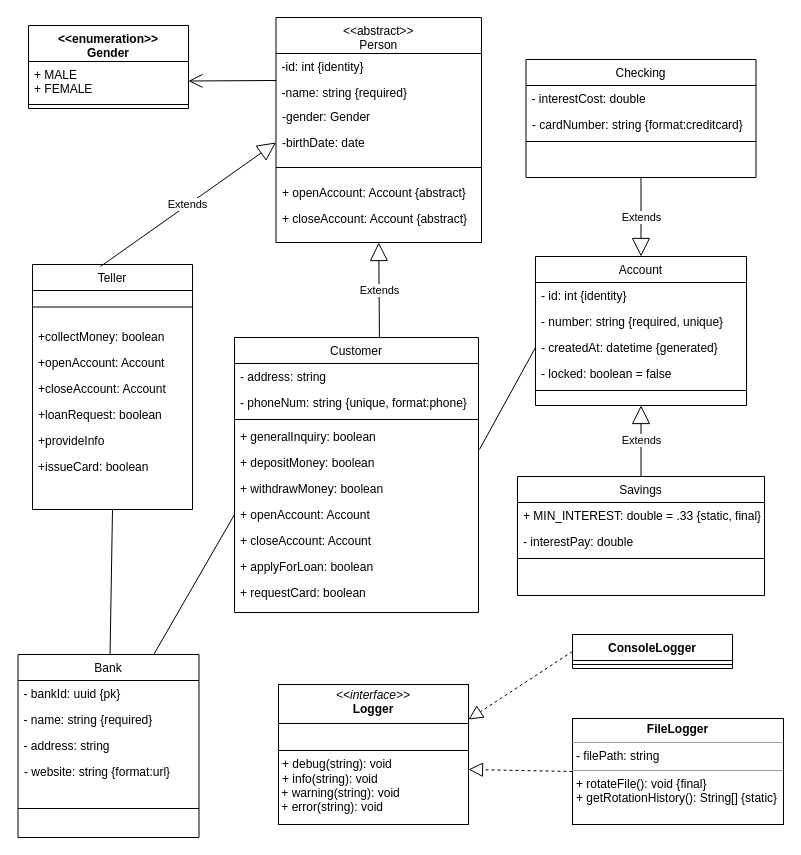
michelmbem/DrawioCodeGenerator keeps this draw.io diagram as examples/simple_class_diagram.drawio. Above is the earlier version. Source tidied: cells renumbered, new cells numbered last; positions are measured from the earlier drawing's top-left corner, leaving out a move shared by most shapes. Both pictures are drawn from the tidied source at 100%, with x=0, y=0 at pixel (18, 17).
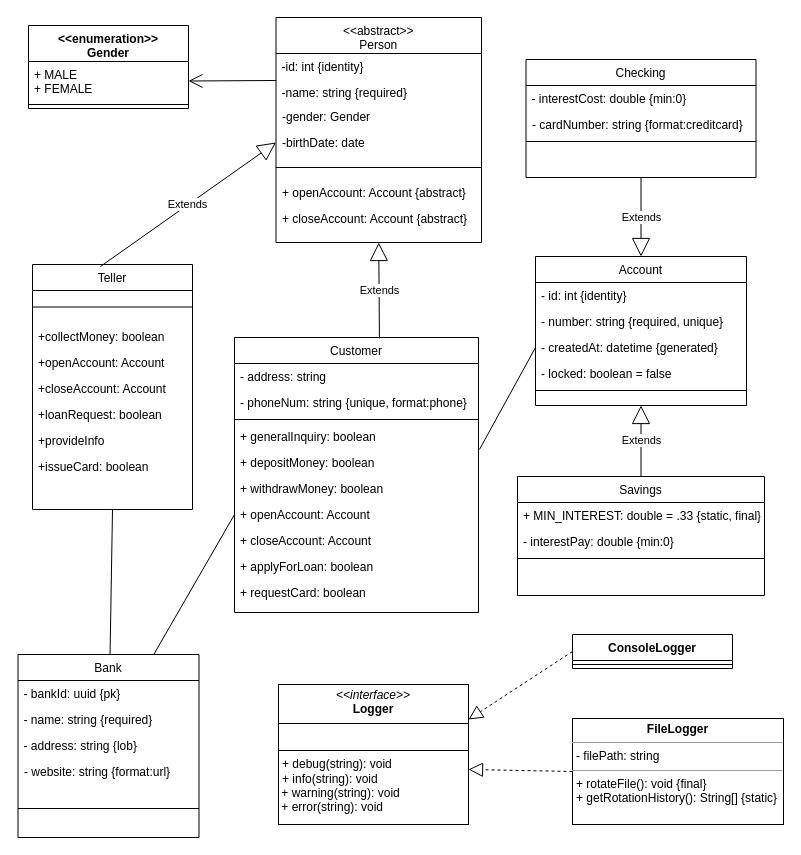
Above is the later version.

The change refers to these unchanged cells:
```xml
<mxCell id="36" value="Checking" style="swimlane;fontStyle=0;align=center;verticalAlign=top;horizontal=1;startSize=26;rounded=0;shadow=0;strokeWidth=1;" parent="1" vertex="1">
  <mxGeometry x="507.5" y="42" width="230" height="118" as="geometry" />
</mxCell>
<mxCell id="40" value="Savings" style="swimlane;fontStyle=0;align=center;verticalAlign=top;horizontal=1;startSize=26;rounded=0;shadow=0;strokeWidth=1;" parent="1" vertex="1">
  <mxGeometry x="499" y="459" width="247" height="119" as="geometry" />
</mxCell>
<mxCell id="47" value="Bank" style="swimlane;fontStyle=0;align=center;verticalAlign=top;horizontal=1;startSize=26;rounded=0;shadow=0;strokeWidth=1;" parent="1" vertex="1">
  <mxGeometry x="-0.5" y="637" width="181" height="183" as="geometry" />
</mxCell>
```

The edit, as a diff of the source:
```diff
@@
-    <mxCell id="37" value="- interestCost: double" style="text;align=left;verticalAlign=top;spacingLeft=4;spacingRight=4;overflow=hidden;" parent="36" vertex="1">
+    <mxCell id="37" value="- interestCost: double {min:0}" style="text;align=left;verticalAlign=top;spacingLeft=4;spacingRight=4;overflow=hidden;" parent="36" vertex="1">
       <mxGeometry y="26" width="230" height="26" as="geometry" />
     </mxCell>
@@
-    <mxCell id="42" value="- interestPay: double" style="text;align=left;verticalAlign=top;spacingLeft=4;spacingRight=4;overflow=hidden;" parent="40" vertex="1">
+    <mxCell id="42" value="- interestPay: double {min:0}" style="text;align=left;verticalAlign=top;spacingLeft=4;spacingRight=4;overflow=hidden;" parent="40" vertex="1">
       <mxGeometry y="52" width="247" height="26" as="geometry" />
     </mxCell>
@@
-    <mxCell id="50" value="- address: string" style="text;align=left;verticalAlign=top;spacingLeft=4;spacingRight=4;overflow=hidden;rounded=0;shadow=0;html=0;" parent="47" vertex="1">
+    <mxCell id="50" value="- address: string {lob}" style="text;align=left;verticalAlign=top;spacingLeft=4;spacingRight=4;overflow=hidden;rounded=0;shadow=0;html=0;" parent="47" vertex="1">
       <mxGeometry y="78" width="181" height="26" as="geometry" />
     </mxCell>
```
